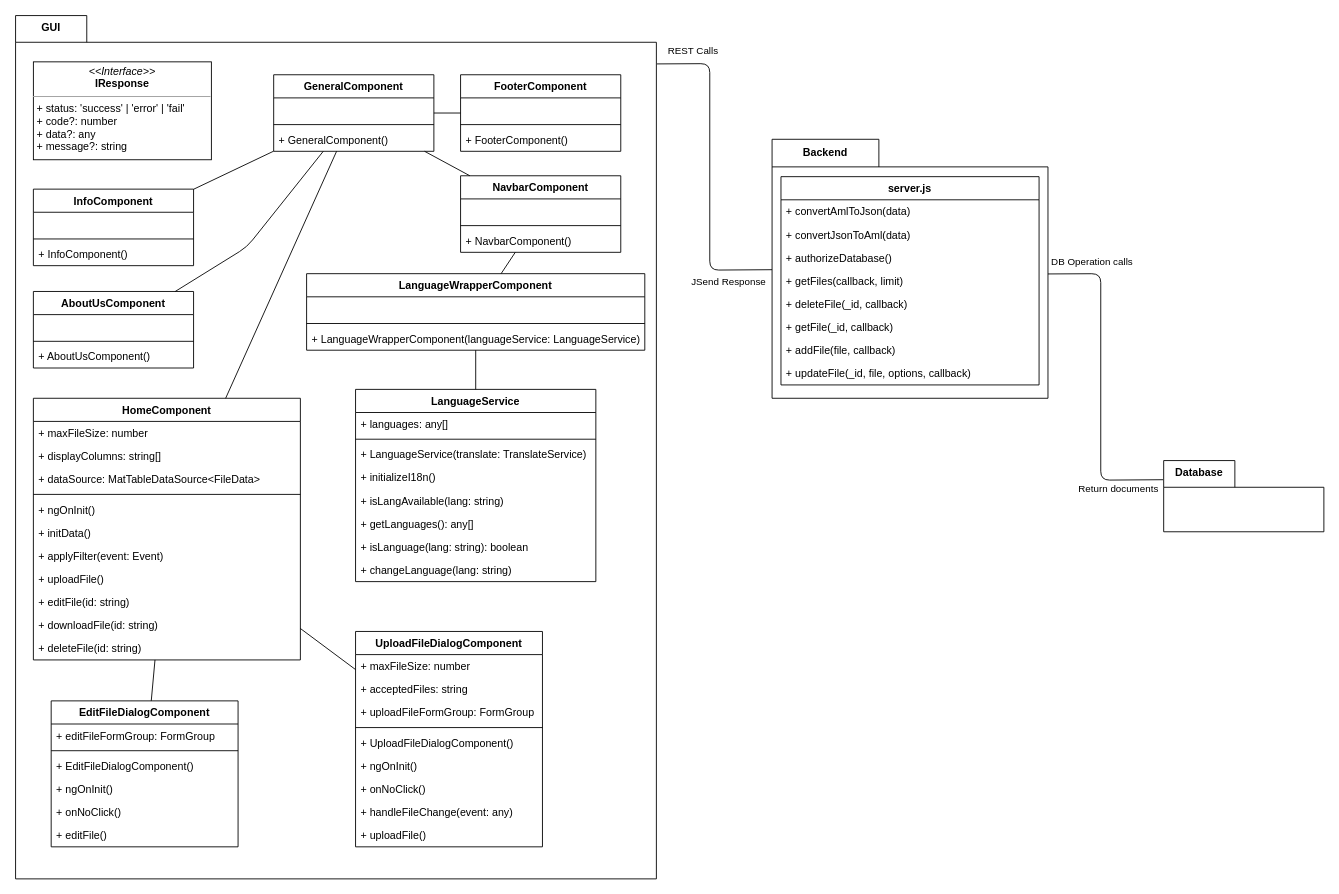
NurNils/aml-nosql-database-management keeps this draw.io diagram as PROJECT/SAS (System Architecture Specification)/assets/systemdesign.drawio. Above is the earlier version. Source tidied: cells renumbered, new cells numbered last; positions are measured from the earlier drawing's top-left corner, leaving out a move shared by most shapes. Both pictures are drawn from the tidied source at 89%, with x=0, y=0 at pixel (15, 15).
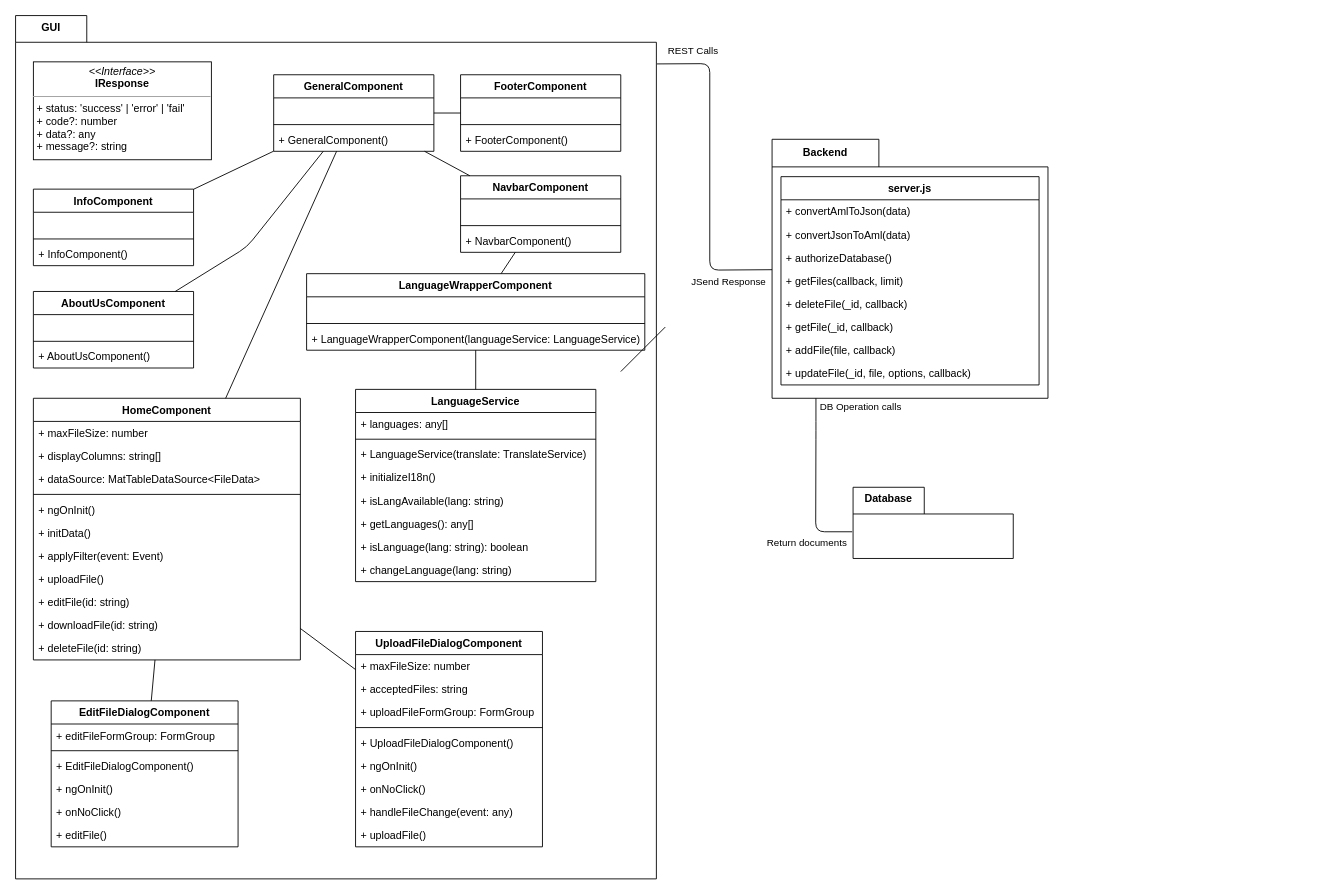
The same diagram, later.

Commit message (it also covers changes not shown here):
Updated sas assets

The change refers to these unchanged cells:
```xml
<mxCell id="2" style="shape=folder;fontStyle=1;spacingTop=10;tabWidth=120;tabHeight=31;tabPosition=left;html=1;rounded=0;shadow=0;" parent="1" vertex="1">
  <mxGeometry x="850" y="139" width="310" height="291" as="geometry" />
</mxCell>
```

Change to the diagram source:
```diff
@@
     <mxCell id="85" style="shape=folder;fontStyle=1;spacingTop=10;tabWidth=80;tabHeight=30;tabPosition=left;html=1;rounded=0;shadow=0;" parent="1" vertex="1">
-      <mxGeometry x="1290" y="500" width="180" height="80" as="geometry" />
+      <mxGeometry x="941" y="530" width="180" height="80" as="geometry" />
     </mxCell>
@@
     <mxCell id="88" value="Database" style="text;align=center;fontStyle=1;verticalAlign=middle;spacingLeft=3;spacingRight=3;strokeColor=none;rounded=0;shadow=0;" parent="1" vertex="1">
-      <mxGeometry x="1290" y="500" width="80" height="26" as="geometry" />
+      <mxGeometry x="941" y="529" width="80" height="26" as="geometry" />
     </mxCell>
@@
-    <mxCell id="91" style="endArrow=none;html=1;exitX=1.001;exitY=0.056;exitDx=0;exitDy=0;exitPerimeter=0;" parent="1" edge="1">
-      <mxGeometry relative="1" as="geometry">
-        <mxPoint x="1160" y="290.3" as="sourcePoint" />
-        <mxPoint x="1289.3" y="521.5" as="targetPoint" />
-        <Array as="points">
-          <mxPoint x="1219.3" y="290" />
-          <mxPoint x="1219.3" y="522" />
-        </Array>
-      </mxGeometry>
-    </mxCell>
@@
     <mxCell id="93" value="Return documents" style="edgeLabel;html=1;align=center;verticalAlign=middle;" parent="1" vertex="1">
-      <mxGeometry x="800" y="310" as="geometry">
+      <mxGeometry x="450" y="370" as="geometry">
         <mxPoint x="438" y="221" as="offset" />
       </mxGeometry>
     </mxCell>
     <mxCell id="94" value="DB Operation calls" style="edgeLabel;html=1;align=left;verticalAlign=middle;" parent="1" vertex="1">
-      <mxGeometry x="720" y="60" as="geometry">
+      <mxGeometry x="460" y="223" as="geometry">
         <mxPoint x="442" y="216" as="offset" />
       </mxGeometry>
     </mxCell>
+    <mxCell id="95" style="endArrow=none;html=1;" parent="1" edge="1">
+      <mxGeometry relative="1" as="geometry">
+        <mxPoint x="680" y="400" as="sourcePoint" />
+        <mxPoint x="730" y="350" as="targetPoint" />
+      </mxGeometry>
+    </mxCell>
+    <mxCell id="96" style="endArrow=none;html=1;exitX=0.159;exitY=1;exitDx=0;exitDy=0;exitPerimeter=0;" parent="1" edge="1" source="2">
+      <mxGeometry relative="1" as="geometry">
+        <mxPoint x="940" y="580" as="targetPoint" />
+        <Array as="points">
+          <mxPoint x="899.3" y="466" />
+          <mxPoint x="899" y="580" />
+        </Array>
+      </mxGeometry>
+    </mxCell>
```
